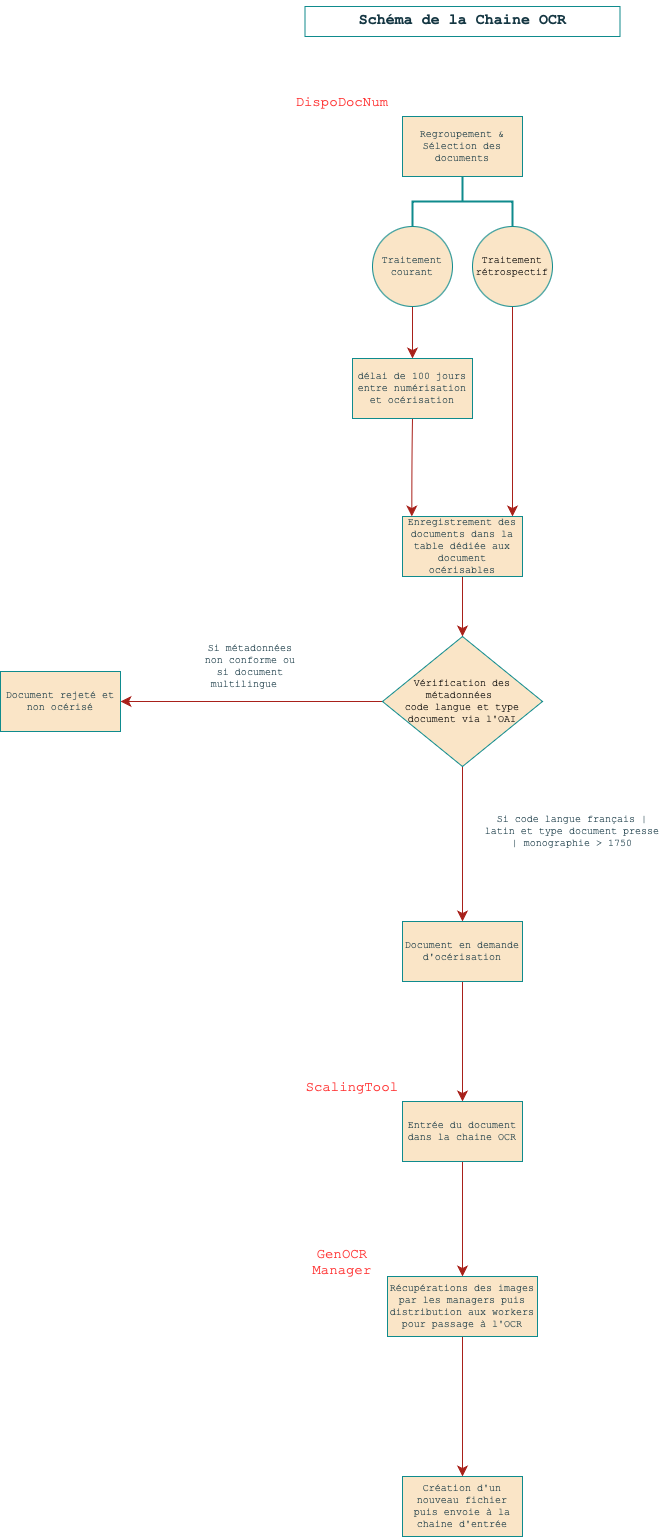
Before: chaine_ocr_bnf.drawio.png, a diagram exported from draw.io (MPappia/flask_exercices). Source tidied: cells renumbered, new cells last; positions are measured from the earlier drawing's top-left corner, leaving out a move shared by most shapes.
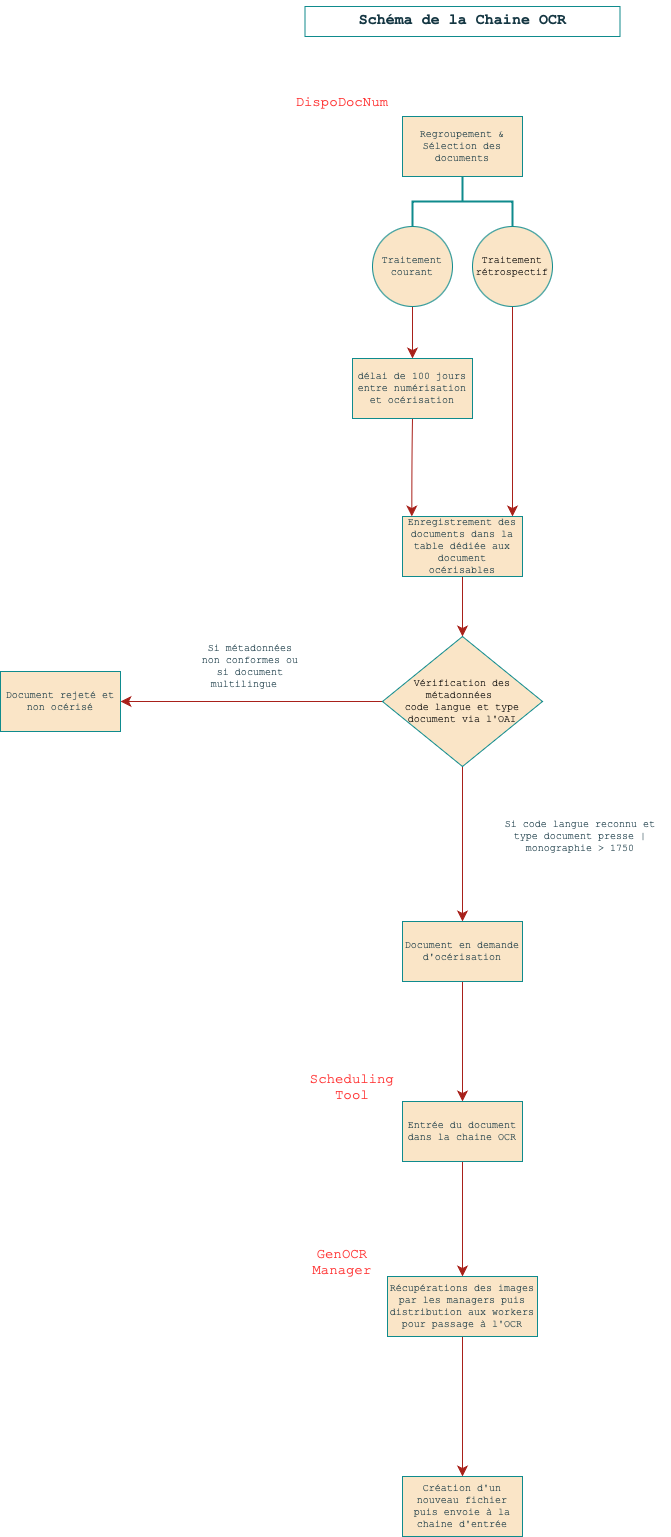
The same file after the commit.

Commit message:
Mettre à jour chaine_ocr_bnf.drawio.png

What changed in the source:
```diff
@@ -54,7 +54,7 @@
     <mxCell id="14" value="Document rejeté et non océrisé" style="whiteSpace=wrap;html=1;fontFamily=Courier New;fontSize=10;labelBackgroundColor=none;fillColor=#FAE5C7;strokeColor=#0F8B8D;fontColor=#143642;" parent="1" vertex="1">
       <mxGeometry y="665" width="120" height="60" as="geometry" />
     </mxCell>
-    <mxCell id="15" value="&lt;font style=&quot;font-size: 10px;&quot;&gt;Si métadonnées non conforme ou si document multilingue &amp;nbsp;&lt;/font&gt;" style="text;html=1;align=center;verticalAlign=middle;whiteSpace=wrap;rounded=0;fontSize=10;fontFamily=Courier New;labelBackgroundColor=none;fontColor=#143642;" parent="1" vertex="1">
+    <mxCell id="15" value="&lt;font style=&quot;font-size: 10px;&quot;&gt;Si métadonnées non conformes ou si document multilingue &amp;nbsp;&lt;/font&gt;" style="text;html=1;align=center;verticalAlign=middle;whiteSpace=wrap;rounded=0;fontSize=10;fontFamily=Courier New;labelBackgroundColor=none;fontColor=#143642;" parent="1" vertex="1">
       <mxGeometry x="194.5" y="630" width="110" height="60" as="geometry" />
     </mxCell>
     <mxCell id="16" style="edgeStyle=none;curved=1;rounded=0;jettySize=auto;html=1;fontSize=10;startSize=8;endSize=8;fontFamily=Courier New;labelBackgroundColor=none;strokeColor=#A8201A;fontColor=default;" parent="1" edge="1" source="17" target="20">
@@ -63,8 +63,8 @@
     <mxCell id="17" value="Document en demande d'océrisation" style="whiteSpace=wrap;html=1;fontFamily=Courier New;fontSize=10;labelBackgroundColor=none;fillColor=#FAE5C7;strokeColor=#0F8B8D;fontColor=#143642;" parent="1" vertex="1">
       <mxGeometry x="402" y="915" width="120" height="60" as="geometry" />
     </mxCell>
-    <mxCell id="18" value="&lt;font style=&quot;font-size: 10px;&quot;&gt;Si code langue français | latin et type document presse | monographie &amp;gt; 1750&lt;/font&gt;" style="text;html=1;align=center;verticalAlign=middle;whiteSpace=wrap;rounded=0;fontSize=10;fontFamily=Courier New;labelBackgroundColor=none;fontColor=#143642;" parent="1" vertex="1">
-      <mxGeometry x="482" y="800" width="180" height="50" as="geometry" />
+    <mxCell id="18" value="&lt;font style=&quot;font-size: 10px;&quot;&gt;Si code langue reconnu et type document presse | monographie &amp;gt; 1750&lt;/font&gt;" style="text;html=1;align=center;verticalAlign=middle;whiteSpace=wrap;rounded=0;fontSize=10;fontFamily=Courier New;labelBackgroundColor=none;fontColor=#143642;" parent="1" vertex="1">
+      <mxGeometry x="490" y="805" width="180" height="50" as="geometry" />
     </mxCell>
     <mxCell id="19" style="edgeStyle=none;curved=1;rounded=0;jettySize=auto;html=1;fontSize=10;startSize=8;endSize=8;fontFamily=Courier New;labelBackgroundColor=none;strokeColor=#A8201A;fontColor=default;" parent="1" edge="1" source="20" target="24">
       <mxGeometry relative="1" as="geometry" />
@@ -75,7 +75,7 @@
     <mxCell id="21" value="&lt;font style=&quot;font-size: 14px;&quot; color=&quot;#ff3333&quot;&gt;DispoDocNum&lt;/font&gt;" style="text;html=1;align=center;verticalAlign=middle;whiteSpace=wrap;rounded=0;fontSize=14;fontFamily=Courier New;labelBackgroundColor=none;fontColor=#143642;" parent="1" vertex="1">
       <mxGeometry x="282" y="80" width="120" height="30" as="geometry" />
     </mxCell>
-    <mxCell id="22" value="&lt;font style=&quot;font-size: 14px;&quot; color=&quot;#ff3333&quot;&gt;ScalingTool&lt;/font&gt;" style="text;html=1;align=center;verticalAlign=middle;whiteSpace=wrap;rounded=0;fontSize=14;fontFamily=Courier New;labelBackgroundColor=none;fontColor=#143642;" parent="1" vertex="1">
+    <mxCell id="22" value="&lt;font style=&quot;font-size: 14px;&quot; color=&quot;#ff3333&quot;&gt;Scheduling Tool&lt;/font&gt;" style="text;html=1;align=center;verticalAlign=middle;whiteSpace=wrap;rounded=0;fontSize=14;fontFamily=Courier New;labelBackgroundColor=none;fontColor=#143642;" parent="1" vertex="1">
       <mxGeometry x="302" y="1065" width="100" height="30" as="geometry" />
     </mxCell>
     <mxCell id="23" style="edgeStyle=none;curved=1;rounded=0;jettySize=auto;html=1;fontSize=10;startSize=8;endSize=8;fontFamily=Courier New;labelBackgroundColor=none;strokeColor=#A8201A;fontColor=default;" parent="1" edge="1" source="24" target="25">
```
